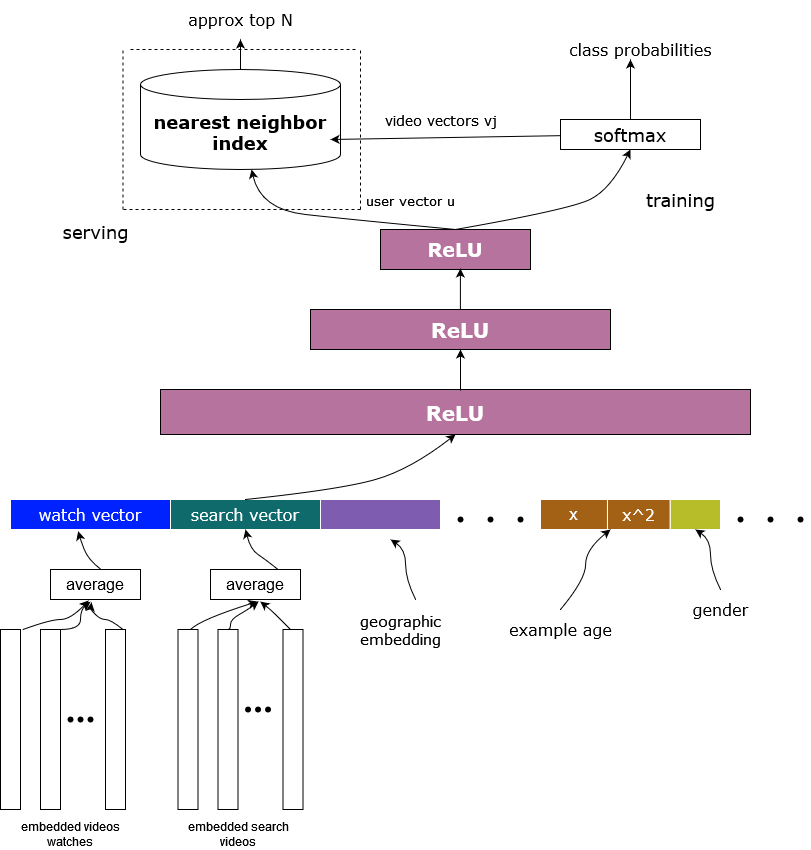
Above: flowchart.drawio.png in Kyroyen/RecommenderSystem (draw.io), before the change. Source tidied: cells renumbered, new cells last; positions are measured from the earlier drawing's top-left corner, leaving out a move shared by most shapes.
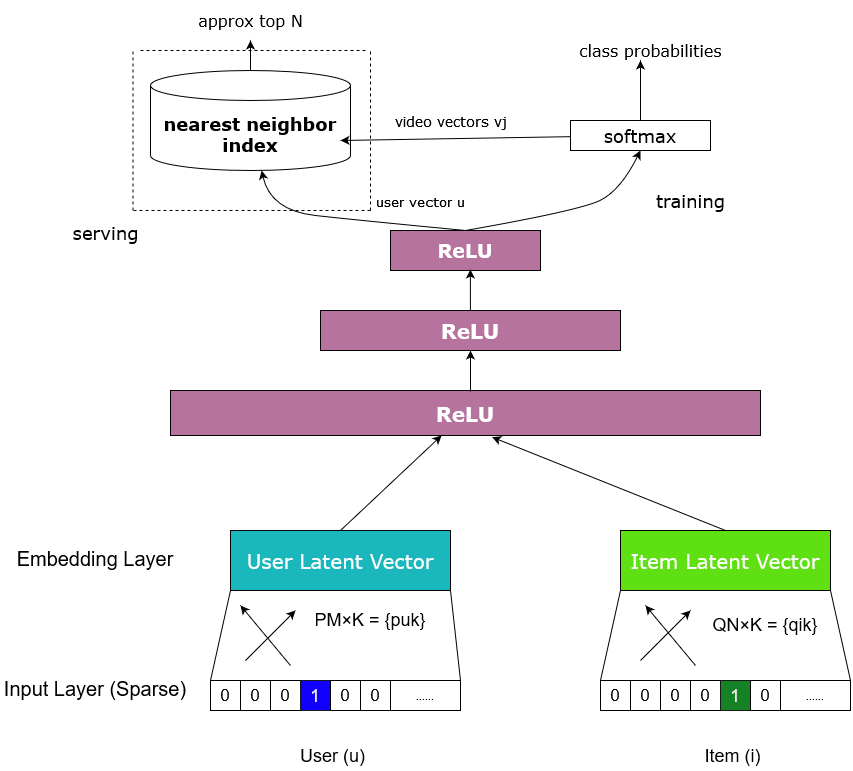
After the change.

Diff of the diagram source:
```diff
@@ -19,224 +19,2 @@
     </mxCell>
-    <mxCell id="7" style="group;" parent="1" vertex="1">
-      <mxGeometry x="540" y="500" width="180" height="30" as="geometry" />
-    </mxCell>
-    <mxCell id="8" value="&lt;font style=&quot;font-size: 17px;&quot;&gt;x&lt;/font&gt;" style="rounded=0;whiteSpace=wrap;html=1;labelBackgroundColor=none;fillColor=#A36116;fontColor=#FFFFFF;strokeColor=#FFFFFF;" parent="7" vertex="1">
-      <mxGeometry width="67" height="30" as="geometry" />
-    </mxCell>
-    <mxCell id="9" value="x^2" style="rounded=0;whiteSpace=wrap;html=1;strokeColor=#FFFFFF;fillColor=#A36116;fontSize=16;fontFamily=Verdana;fontColor=#FFFFFF;" parent="7" vertex="1">
-      <mxGeometry x="67" width="62.8" height="30" as="geometry" />
-    </mxCell>
-    <mxCell id="10" style="rounded=0;whiteSpace=wrap;html=1;fillColor=#B7BD29;strokeColor=#FFFFFF;" parent="7" vertex="1">
-      <mxGeometry x="129.8" width="50.2" height="30" as="geometry" />
-    </mxCell>
-    <mxCell id="11" style="group;" parent="1" vertex="1">
-      <mxGeometry x="10" y="500" width="430" height="30" as="geometry" />
-    </mxCell>
-    <mxCell id="12" value="&lt;font style=&quot;font-size: 16px;&quot; face=&quot;Verdana&quot;&gt;watch vector&lt;/font&gt;" style="rounded=0;whiteSpace=wrap;html=1;labelBackgroundColor=none;fillColor=#0022FF;fontColor=#FFFFFF;strokeColor=#FFFFFF;" parent="11" vertex="1">
-      <mxGeometry width="160" height="30" as="geometry" />
-    </mxCell>
-    <mxCell id="13" value="search vector" style="rounded=0;whiteSpace=wrap;html=1;strokeColor=#FFFFFF;fillColor=#0F6B6B;fontSize=16;fontFamily=Verdana;fontColor=#FFFFFF;" parent="11" vertex="1">
-      <mxGeometry x="160" width="150" height="30" as="geometry" />
-    </mxCell>
-    <mxCell id="14" style="rounded=0;whiteSpace=wrap;html=1;fillColor=#7E5CB0;strokeColor=#FFFFFF;" parent="11" vertex="1">
-      <mxGeometry x="310" width="120" height="30" as="geometry" />
-    </mxCell>
-    <mxCell id="15" style="group;" parent="1" vertex="1">
-      <mxGeometry x="450" y="510" width="80" height="20" as="geometry" />
-    </mxCell>
-    <mxCell id="16" style="shape=waypoint;sketch=0;fillStyle=solid;size=6;fillColor=none;perimeter=centerPerimeter;" parent="15" vertex="1">
-      <mxGeometry width="20" height="20" as="geometry" />
-    </mxCell>
-    <mxCell id="17" style="shape=waypoint;sketch=0;fillStyle=solid;size=6;fillColor=none;perimeter=centerPerimeter;" parent="15" vertex="1">
-      <mxGeometry x="30" width="20" height="20" as="geometry" />
-    </mxCell>
-    <mxCell id="18" style="shape=waypoint;sketch=0;fillStyle=solid;size=6;fillColor=none;perimeter=centerPerimeter;" parent="15" vertex="1">
-      <mxGeometry x="60" width="20" height="20" as="geometry" />
-    </mxCell>
-    <mxCell id="19" style="group;" parent="1" vertex="1">
-      <mxGeometry x="730" y="510" width="80" height="20" as="geometry" />
-    </mxCell>
-    <mxCell id="20" style="shape=waypoint;sketch=0;fillStyle=solid;size=6;fillColor=none;perimeter=centerPerimeter;" parent="19" vertex="1">
-      <mxGeometry width="20" height="20" as="geometry" />
-    </mxCell>
-    <mxCell id="21" style="shape=waypoint;sketch=0;fillStyle=solid;size=6;fillColor=none;perimeter=centerPerimeter;" parent="19" vertex="1">
-      <mxGeometry x="60" width="20" height="20" as="geometry" />
-    </mxCell>
-    <mxCell id="22" style="shape=waypoint;sketch=0;fillStyle=solid;size=6;fillColor=none;perimeter=centerPerimeter;" parent="19" vertex="1">
-      <mxGeometry x="30" width="20" height="20" as="geometry" />
-    </mxCell>
-    <mxCell id="23" value="&lt;font style=&quot;font-size: 16px;&quot;&gt;average&lt;/font&gt;" style="rounded=0;whiteSpace=wrap;html=1;" parent="1" vertex="1">
-      <mxGeometry x="50" y="570" width="90" height="30" as="geometry" />
-    </mxCell>
-    <mxCell id="24" value="&lt;font style=&quot;font-size: 16px;&quot;&gt;average&lt;/font&gt;" style="rounded=0;whiteSpace=wrap;html=1;" parent="1" vertex="1">
-      <mxGeometry x="210" y="570" width="90" height="30" as="geometry" />
-    </mxCell>
-    <mxCell id="25" value="embedded videos watches" style="text;html=1;align=center;verticalAlign=middle;whiteSpace=wrap;rounded=0;" parent="1" vertex="1">
-      <mxGeometry x="10" y="820" width="120" height="30" as="geometry" />
-    </mxCell>
-    <mxCell id="26" style="group;" parent="1" vertex="1">
-      <mxGeometry y="630" width="125" height="180" as="geometry" />
-    </mxCell>
-    <mxCell id="27" style="rounded=0;whiteSpace=wrap;html=1;direction=south;" parent="26" vertex="1">
-      <mxGeometry width="20" height="180" as="geometry" />
-    </mxCell>
-    <mxCell id="28" style="rounded=0;whiteSpace=wrap;html=1;direction=south;" parent="26" vertex="1">
-      <mxGeometry x="40" width="20" height="180" as="geometry" />
-    </mxCell>
-    <mxCell id="29" style="rounded=0;whiteSpace=wrap;html=1;direction=south;" parent="26" vertex="1">
-      <mxGeometry x="105" width="20" height="180" as="geometry" />
-    </mxCell>
-    <mxCell id="30" style="group;" parent="1" vertex="1">
-      <mxGeometry x="177.5" y="630" width="125" height="180" as="geometry" />
-    </mxCell>
-    <mxCell id="31" style="rounded=0;whiteSpace=wrap;html=1;direction=south;" parent="30" vertex="1">
-      <mxGeometry width="20" height="180" as="geometry" />
-    </mxCell>
-    <mxCell id="32" style="rounded=0;whiteSpace=wrap;html=1;direction=south;" parent="30" vertex="1">
-      <mxGeometry x="40" width="20" height="180" as="geometry" />
-    </mxCell>
-    <mxCell id="33" style="rounded=0;whiteSpace=wrap;html=1;direction=south;" parent="30" vertex="1">
-      <mxGeometry x="105" width="20" height="180" as="geometry" />
-    </mxCell>
-    <mxCell id="34" style="group;" parent="30" vertex="1">
-      <mxGeometry x="60" y="70" width="40" height="20" as="geometry" />
-    </mxCell>
-    <mxCell id="35" style="shape=waypoint;sketch=0;fillStyle=solid;size=6;fillColor=none;perimeter=centerPerimeter;" parent="34" vertex="1">
-      <mxGeometry width="20" height="20" as="geometry" />
-    </mxCell>
-    <mxCell id="36" style="shape=waypoint;sketch=0;fillStyle=solid;size=6;fillColor=none;perimeter=centerPerimeter;" parent="34" vertex="1">
-      <mxGeometry x="10" width="20" height="20" as="geometry" />
-    </mxCell>
-    <mxCell id="37" style="shape=waypoint;sketch=0;fillStyle=solid;size=6;fillColor=none;perimeter=centerPerimeter;" parent="34" vertex="1">
-      <mxGeometry x="20" width="20" height="20" as="geometry" />
-    </mxCell>
-    <mxCell id="38" style="group;" parent="1" vertex="1">
-      <mxGeometry x="60" y="710" width="40" height="20" as="geometry" />
-    </mxCell>
-    <mxCell id="39" style="shape=waypoint;sketch=0;fillStyle=solid;size=6;fillColor=none;perimeter=centerPerimeter;" parent="38" vertex="1">
-      <mxGeometry width="20" height="20" as="geometry" />
-    </mxCell>
-    <mxCell id="40" style="shape=waypoint;sketch=0;fillStyle=solid;size=6;fillColor=none;perimeter=centerPerimeter;" parent="38" vertex="1">
-      <mxGeometry x="10" width="20" height="20" as="geometry" />
-    </mxCell>
-    <mxCell id="41" style="shape=waypoint;sketch=0;fillStyle=solid;size=6;fillColor=none;perimeter=centerPerimeter;" parent="38" vertex="1">
-      <mxGeometry x="20" width="20" height="20" as="geometry" />
-    </mxCell>
-    <mxCell id="42" value="embedded search videos" style="text;html=1;align=center;verticalAlign=middle;whiteSpace=wrap;rounded=0;" parent="1" vertex="1">
-      <mxGeometry x="177.5" y="820" width="120" height="30" as="geometry" />
-    </mxCell>
-    <mxCell id="43" value="geographic&#10;embedding" style="text;strokeColor=none;fillColor=none;html=1;fontSize=15;fontStyle=0;verticalAlign=middle;align=center;fontFamily=Verdana;" parent="1" vertex="1">
-      <mxGeometry x="350" y="610" width="100" height="40" as="geometry" />
-    </mxCell>
-    <mxCell id="44" value="gender" style="text;strokeColor=none;fillColor=none;html=1;fontSize=16;fontStyle=0;verticalAlign=middle;align=center;fontFamily=Verdana;" parent="1" vertex="1">
-      <mxGeometry x="670" y="590" width="100" height="40" as="geometry" />
-    </mxCell>
-    <mxCell id="45" value="&lt;span style=&quot;font-weight: normal; font-size: 16px;&quot;&gt;&lt;font style=&quot;font-size: 16px;&quot;&gt;example age&lt;/font&gt;&lt;/span&gt;" style="text;strokeColor=none;fillColor=none;html=1;fontSize=16;fontStyle=1;verticalAlign=middle;align=center;fontFamily=Verdana;" parent="1" vertex="1">
-      <mxGeometry x="510" y="610" width="100" height="40" as="geometry" />
-    </mxCell>
-    <mxCell id="46" style="curved=1;endArrow=classic;html=1;rounded=0;exitX=0.5;exitY=0;exitDx=0;exitDy=0;entryX=0.5;entryY=1;entryDx=0;entryDy=0;" parent="1" edge="1" source="44" target="10">
-      <mxGeometry relative="1" as="geometry">
-        <Array as="points">
-          <mxPoint x="710" y="570" />
-          <mxPoint x="710" y="540" />
-        </Array>
-      </mxGeometry>
-    </mxCell>
-    <mxCell id="47" style="curved=1;endArrow=classic;html=1;rounded=0;exitX=0.5;exitY=0;exitDx=0;exitDy=0;" parent="1" edge="1" source="45">
-      <mxGeometry relative="1" as="geometry">
-        <mxPoint x="610" y="530" as="targetPoint" />
-        <Array as="points">
-          <mxPoint x="585.1" y="580" />
-          <mxPoint x="585.1" y="550" />
-        </Array>
-      </mxGeometry>
-    </mxCell>
-    <mxCell id="48" style="curved=1;endArrow=classic;html=1;rounded=0;exitX=0.5;exitY=0;exitDx=0;exitDy=0;entryX=0.5;entryY=1;entryDx=0;entryDy=0;" parent="1" edge="1">
-      <mxGeometry relative="1" as="geometry">
-        <mxPoint x="415.1" y="600" as="sourcePoint" />
-        <mxPoint x="390.1" y="540" as="targetPoint" />
-        <Array as="points">
-          <mxPoint x="405.1" y="580" />
-          <mxPoint x="405.1" y="550" />
-        </Array>
-      </mxGeometry>
-    </mxCell>
-    <mxCell id="49" style="curved=1;endArrow=classic;html=1;rounded=0;exitX=0.75;exitY=0;exitDx=0;exitDy=0;entryX=0.5;entryY=1;entryDx=0;entryDy=0;" parent="1" edge="1" source="24" target="13">
-      <mxGeometry relative="1" as="geometry">
-        <Array as="points">
-          <mxPoint x="265" y="560" />
-          <mxPoint x="250" y="550" />
-        </Array>
-      </mxGeometry>
-    </mxCell>
-    <mxCell id="50" style="curved=1;endArrow=classic;html=1;rounded=0;exitX=0.75;exitY=0;exitDx=0;exitDy=0;entryX=0.423;entryY=1.058;entryDx=0;entryDy=0;entryPerimeter=0;" parent="1" edge="1" target="12">
-      <mxGeometry relative="1" as="geometry">
-        <mxPoint x="100.5" y="570" as="sourcePoint" />
-        <Array as="points">
-          <mxPoint x="87.5" y="560" />
-          <mxPoint x="80" y="540" />
-        </Array>
-      </mxGeometry>
-    </mxCell>
-    <mxCell id="51" style="group;" parent="1" vertex="1">
-      <mxGeometry x="22.5" y="610" width="100" height="20" as="geometry" />
-    </mxCell>
-    <mxCell id="52" style="curved=1;endArrow=classic;html=1;rounded=0;exitX=0.75;exitY=0;exitDx=0;exitDy=0;entryX=0.444;entryY=1.075;entryDx=0;entryDy=0;entryPerimeter=0;" parent="51" edge="1" target="23">
-      <mxGeometry relative="1" as="geometry">
-        <mxPoint x="37.5" y="20" as="sourcePoint" />
-        <Array as="points">
-          <mxPoint x="57.5" y="20" />
-          <mxPoint x="57.5" />
-        </Array>
-      </mxGeometry>
-    </mxCell>
-    <mxCell id="53" style="curved=1;endArrow=classic;html=1;rounded=0;exitX=0.75;exitY=0;exitDx=0;exitDy=0;entryX=0.424;entryY=1.033;entryDx=0;entryDy=0;entryPerimeter=0;" parent="51" edge="1" target="23">
-      <mxGeometry relative="1" as="geometry">
-        <mxPoint y="20" as="sourcePoint" />
-        <Array as="points">
-          <mxPoint x="27.5" y="10" />
-          <mxPoint x="47.5" y="10" />
-        </Array>
-      </mxGeometry>
-    </mxCell>
-    <mxCell id="54" style="curved=1;endArrow=classic;html=1;rounded=0;exitX=0.75;exitY=0;exitDx=0;exitDy=0;entryX=0.456;entryY=1.096;entryDx=0;entryDy=0;entryPerimeter=0;" parent="51" edge="1" target="23">
-      <mxGeometry relative="1" as="geometry">
-        <mxPoint x="100" y="20" as="sourcePoint" />
-        <Array as="points">
-          <mxPoint x="87.5" y="10" />
-          <mxPoint x="77.5" y="10" />
-          <mxPoint x="67.5" />
-        </Array>
-      </mxGeometry>
-    </mxCell>
-    <mxCell id="55" style="group;" parent="1" vertex="1">
-      <mxGeometry x="190" y="610" width="100" height="20" as="geometry" />
-    </mxCell>
-    <mxCell id="56" style="curved=1;endArrow=classic;html=1;rounded=0;exitX=0.75;exitY=0;exitDx=0;exitDy=0;entryX=0.534;entryY=1.069;entryDx=0;entryDy=0;entryPerimeter=0;" parent="55" edge="1" target="24">
-      <mxGeometry relative="1" as="geometry">
-        <mxPoint x="37.5" y="20" as="sourcePoint" />
-        <Array as="points">
-          <mxPoint x="40" y="20" />
-          <mxPoint x="40" y="10" />
-          <mxPoint x="57.5" />
-        </Array>
-      </mxGeometry>
-    </mxCell>
-    <mxCell id="57" style="curved=1;endArrow=classic;html=1;rounded=0;exitX=0.75;exitY=0;exitDx=0;exitDy=0;entryX=0.52;entryY=1.069;entryDx=0;entryDy=0;entryPerimeter=0;" parent="55" edge="1" target="24">
-      <mxGeometry relative="1" as="geometry">
-        <mxPoint y="20" as="sourcePoint" />
-        <Array as="points">
-          <mxPoint x="10" y="10" />
-        </Array>
-      </mxGeometry>
-    </mxCell>
-    <mxCell id="58" style="curved=1;endArrow=classic;html=1;rounded=0;exitX=0.75;exitY=0;exitDx=0;exitDy=0;entryX=0.553;entryY=1.069;entryDx=0;entryDy=0;entryPerimeter=0;" parent="55" edge="1" target="24">
-      <mxGeometry relative="1" as="geometry">
-        <mxPoint x="100" y="20" as="sourcePoint" />
-        <Array as="points">
-          <mxPoint x="90" y="10" />
-          <mxPoint x="80" />
-        </Array>
-      </mxGeometry>
-    </mxCell>
     <mxCell id="59" style="endArrow=classic;html=1;rounded=0;entryX=0.5;entryY=1;entryDx=0;entryDy=0;" parent="1" edge="1" target="5">
@@ -252,10 +30,2 @@
     </mxCell>
-    <mxCell id="61" style="curved=1;endArrow=classic;html=1;rounded=0;exitX=0.5;exitY=0;exitDx=0;exitDy=0;entryX=0.5;entryY=1;entryDx=0;entryDy=0;" parent="1" edge="1" source="13" target="6">
-      <mxGeometry relative="1" as="geometry">
-        <Array as="points">
-          <mxPoint x="340" y="490" />
-          <mxPoint x="410" y="470" />
-        </Array>
-      </mxGeometry>
-    </mxCell>
     <mxCell id="62" style="curved=1;endArrow=classic;html=1;rounded=0;exitX=0.5;exitY=0;exitDx=0;exitDy=0;" parent="1" edge="1" source="4" target="2">
@@ -329,2 +99,113 @@
     </mxCell>
+    <mxCell id="77" value="Item Latent Vector" style="rounded=0;whiteSpace=wrap;html=1;fontFamily=Verdana;fontSize=20;fillColor=#5EE012;fontColor=#FAFAFA;" parent="1" vertex="1">
+      <mxGeometry x="610" y="530" width="210" height="60" as="geometry" />
+    </mxCell>
+    <mxCell id="78" value="User Latent Vector" style="rounded=0;whiteSpace=wrap;html=1;fontFamily=Verdana;fontSize=20;fillColor=#1AB8BD;fontColor=#FAFAFA;" parent="1" vertex="1">
+      <mxGeometry x="220" y="530" width="220" height="60" as="geometry" />
+    </mxCell>
+    <mxCell id="79" style="group;" parent="1" vertex="1">
+      <mxGeometry x="200" y="680" width="250" height="30" as="geometry" />
+    </mxCell>
+    <mxCell id="80" value="&lt;font style=&quot;font-size: 17px;&quot;&gt;0&lt;/font&gt;" style="rounded=0;whiteSpace=wrap;html=1;fontSize=17;" parent="79" vertex="1">
+      <mxGeometry width="30" height="30" as="geometry" />
+    </mxCell>
+    <mxCell id="81" value="0" style="rounded=0;whiteSpace=wrap;html=1;fontSize=17;" parent="79" vertex="1">
+      <mxGeometry x="30" width="30" height="30" as="geometry" />
+    </mxCell>
+    <mxCell id="82" value="0" style="rounded=0;whiteSpace=wrap;html=1;fontSize=17;" parent="79" vertex="1">
+      <mxGeometry x="60" width="30" height="30" as="geometry" />
+    </mxCell>
+    <mxCell id="83" value="1" style="rounded=0;whiteSpace=wrap;html=1;fontSize=18;strokeColor=#191919;fillColor=#1100FF;fontColor=#EBEBEB;" parent="79" vertex="1">
+      <mxGeometry x="90" width="30" height="30" as="geometry" />
+    </mxCell>
+    <mxCell id="84" value="0" style="rounded=0;whiteSpace=wrap;html=1;fontSize=17;" parent="79" vertex="1">
+      <mxGeometry x="120" width="30" height="30" as="geometry" />
+    </mxCell>
+    <mxCell id="85" value="0" style="rounded=0;whiteSpace=wrap;html=1;fontSize=17;" parent="79" vertex="1">
+      <mxGeometry x="150" width="30" height="30" as="geometry" />
+    </mxCell>
+    <mxCell id="86" value="......" style="rounded=0;whiteSpace=wrap;html=1;" parent="79" vertex="1">
+      <mxGeometry x="180" width="70" height="30" as="geometry" />
+    </mxCell>
+    <mxCell id="87" value="&lt;font style=&quot;font-size: 17px;&quot;&gt;0&lt;/font&gt;" style="rounded=0;whiteSpace=wrap;html=1;fontSize=17;" parent="1" vertex="1">
+      <mxGeometry x="620" y="680" width="30" height="30" as="geometry" />
+    </mxCell>
+    <mxCell id="88" value="0" style="rounded=0;whiteSpace=wrap;html=1;fontSize=17;" parent="1" vertex="1">
+      <mxGeometry x="650" y="680" width="30" height="30" as="geometry" />
+    </mxCell>
+    <mxCell id="89" value="0" style="rounded=0;whiteSpace=wrap;html=1;fontSize=17;" parent="1" vertex="1">
+      <mxGeometry x="680" y="680" width="30" height="30" as="geometry" />
+    </mxCell>
+    <mxCell id="90" value="1" style="rounded=0;whiteSpace=wrap;html=1;fontSize=18;strokeColor=#191919;fillColor=#158226;fontColor=#EBEBEB;" parent="1" vertex="1">
+      <mxGeometry x="710" y="680" width="30" height="30" as="geometry" />
+    </mxCell>
+    <mxCell id="91" value="0" style="rounded=0;whiteSpace=wrap;html=1;fontSize=17;" parent="1" vertex="1">
+      <mxGeometry x="740" y="680" width="30" height="30" as="geometry" />
+    </mxCell>
+    <mxCell id="92" value="......" style="rounded=0;whiteSpace=wrap;html=1;" parent="1" vertex="1">
+      <mxGeometry x="770" y="680" width="70" height="30" as="geometry" />
+    </mxCell>
+    <mxCell id="93" value="&lt;font style=&quot;font-size: 17px;&quot;&gt;0&lt;/font&gt;" style="rounded=0;whiteSpace=wrap;html=1;fontSize=17;" parent="1" vertex="1">
+      <mxGeometry x="590" y="680" width="30" height="30" as="geometry" />
+    </mxCell>
+    <mxCell id="94" style="endArrow=none;html=1;rounded=0;entryX=0;entryY=1;entryDx=0;entryDy=0;exitX=0;exitY=0;exitDx=0;exitDy=0;" parent="1" edge="1" source="93" target="77">
+      <mxGeometry relative="1" as="geometry" />
+    </mxCell>
+    <mxCell id="95" style="endArrow=none;html=1;rounded=0;entryX=0;entryY=1;entryDx=0;entryDy=0;exitX=0;exitY=0;exitDx=0;exitDy=0;exitPerimeter=0;" parent="1" edge="1" source="80" target="78">
+      <mxGeometry relative="1" as="geometry" />
+    </mxCell>
+    <mxCell id="96" style="endArrow=none;html=1;rounded=0;entryX=1;entryY=1;entryDx=0;entryDy=0;exitX=1;exitY=0;exitDx=0;exitDy=0;" parent="1" edge="1" source="86" target="78">
+      <mxGeometry relative="1" as="geometry" />
+    </mxCell>
+    <mxCell id="97" style="endArrow=none;html=1;rounded=0;entryX=1;entryY=1;entryDx=0;entryDy=0;exitX=1;exitY=0;exitDx=0;exitDy=0;" parent="1" edge="1" source="92" target="77">
+      <mxGeometry relative="1" as="geometry" />
+    </mxCell>
+    <mxCell id="98" value="Item (i)" style="text;html=1;align=center;verticalAlign=middle;whiteSpace=wrap;rounded=0;fontSize=18;" parent="1" vertex="1">
+      <mxGeometry x="685" y="740" width="75" height="30" as="geometry" />
+    </mxCell>
+    <mxCell id="99" value="User (u)" style="text;html=1;align=center;verticalAlign=middle;whiteSpace=wrap;rounded=0;fontSize=18;" parent="1" vertex="1">
+      <mxGeometry x="285" y="740" width="75" height="30" as="geometry" />
+    </mxCell>
+    <mxCell id="100" style="endArrow=classic;html=1;rounded=0;exitX=0.5;exitY=0;exitDx=0;exitDy=0;" parent="1" edge="1" source="78" target="6">
+      <mxGeometry relative="1" as="geometry" />
+    </mxCell>
+    <mxCell id="101" style="endArrow=classic;html=1;rounded=0;entryX=0.545;entryY=1.036;entryDx=0;entryDy=0;entryPerimeter=0;exitX=0.5;exitY=0;exitDx=0;exitDy=0;" parent="1" edge="1" source="77" target="6">
+      <mxGeometry relative="1" as="geometry" />
+    </mxCell>
+    <mxCell id="102" value="&#10;Input Layer (Sparse)&#10;&#10;" style="text;html=1;align=center;verticalAlign=middle;whiteSpace=wrap;rounded=0;fontSize=20;" parent="1" vertex="1">
+      <mxGeometry x="-10" y="690" width="190" height="20" as="geometry" />
+    </mxCell>
+    <mxCell id="103" value="&#10;Embedding Layer&#10;&#10;" style="text;html=1;align=center;verticalAlign=middle;whiteSpace=wrap;rounded=0;fontSize=20;" parent="1" vertex="1">
+      <mxGeometry y="560" width="170" height="20" as="geometry" />
+    </mxCell>
+    <mxCell id="104" value="&#10;PM×K = {puk}&#10;&#10;" style="text;html=1;align=center;verticalAlign=middle;whiteSpace=wrap;rounded=0;fontSize=18;" parent="1" vertex="1">
+      <mxGeometry x="300" y="610" width="120" height="40" as="geometry" />
+    </mxCell>
+    <mxCell id="105" value="&#10;QN×K = {qik}&#10;&#10;" style="text;html=1;align=center;verticalAlign=middle;whiteSpace=wrap;rounded=0;fontSize=18;" parent="1" vertex="1">
+      <mxGeometry x="700" y="610" width="110" height="50" as="geometry" />
+    </mxCell>
+    <mxCell id="106" style="endArrow=classic;html=1;rounded=0;" parent="1" edge="1">
+      <mxGeometry relative="1" as="geometry">
+        <mxPoint x="235" y="660" as="sourcePoint" />
+        <mxPoint x="285" y="610" as="targetPoint" />
+      </mxGeometry>
+    </mxCell>
+    <mxCell id="107" style="endArrow=classic;html=1;rounded=0;" parent="1" edge="1">
+      <mxGeometry relative="1" as="geometry">
+        <mxPoint x="630" y="660" as="sourcePoint" />
+        <mxPoint x="680" y="610" as="targetPoint" />
+      </mxGeometry>
+    </mxCell>
+    <mxCell id="108" style="endArrow=classic;html=1;rounded=0;" parent="1" edge="1">
+      <mxGeometry relative="1" as="geometry">
+        <mxPoint x="685" y="665" as="sourcePoint" />
+        <mxPoint x="635" y="605" as="targetPoint" />
+      </mxGeometry>
+    </mxCell>
+    <mxCell id="109" style="endArrow=classic;html=1;rounded=0;" parent="1" edge="1">
+      <mxGeometry relative="1" as="geometry">
+        <mxPoint x="280" y="665" as="sourcePoint" />
+        <mxPoint x="230" y="605" as="targetPoint" />
+      </mxGeometry>
+    </mxCell>
   </root>
```
